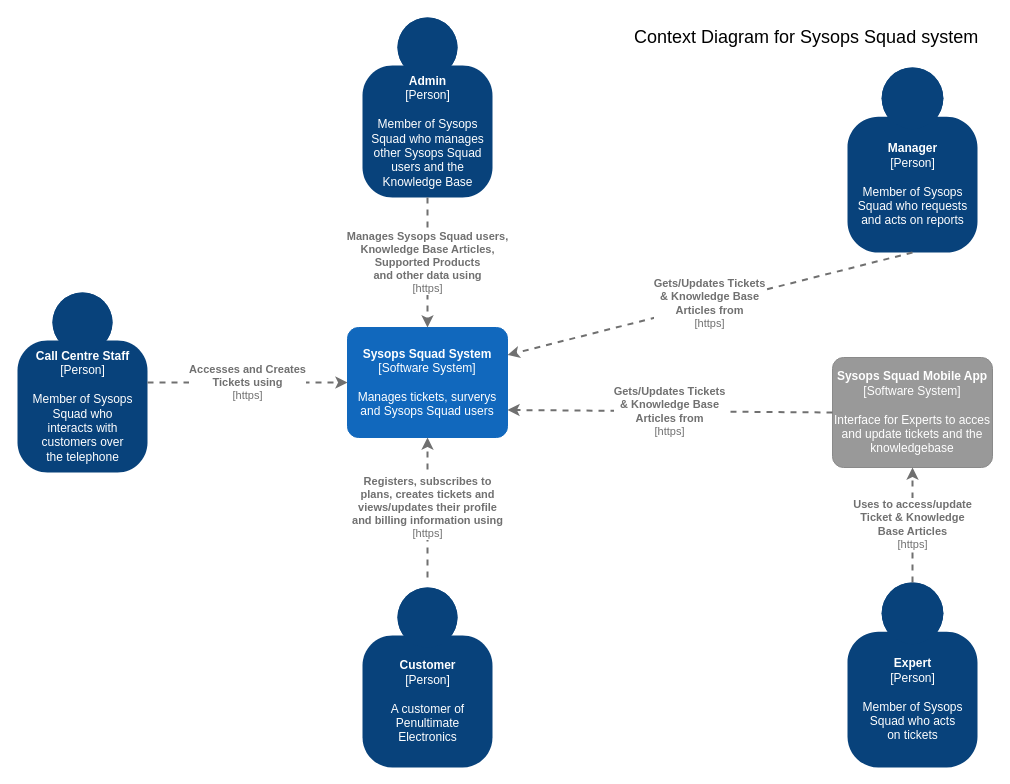
Above: 3.ViewsAndPerspectives/infrastructure/images/ContextDiagram.drawio in tekiegirl/TheMadKatas (draw.io), before the change. Source tidied: cells renumbered, new cells numbered last; positions are measured from the earlier drawing's top-left corner, leaving out a move shared by most shapes. Both pictures are drawn from the tidied source at 100%, with x=0, y=0 at pixel (17, 17).
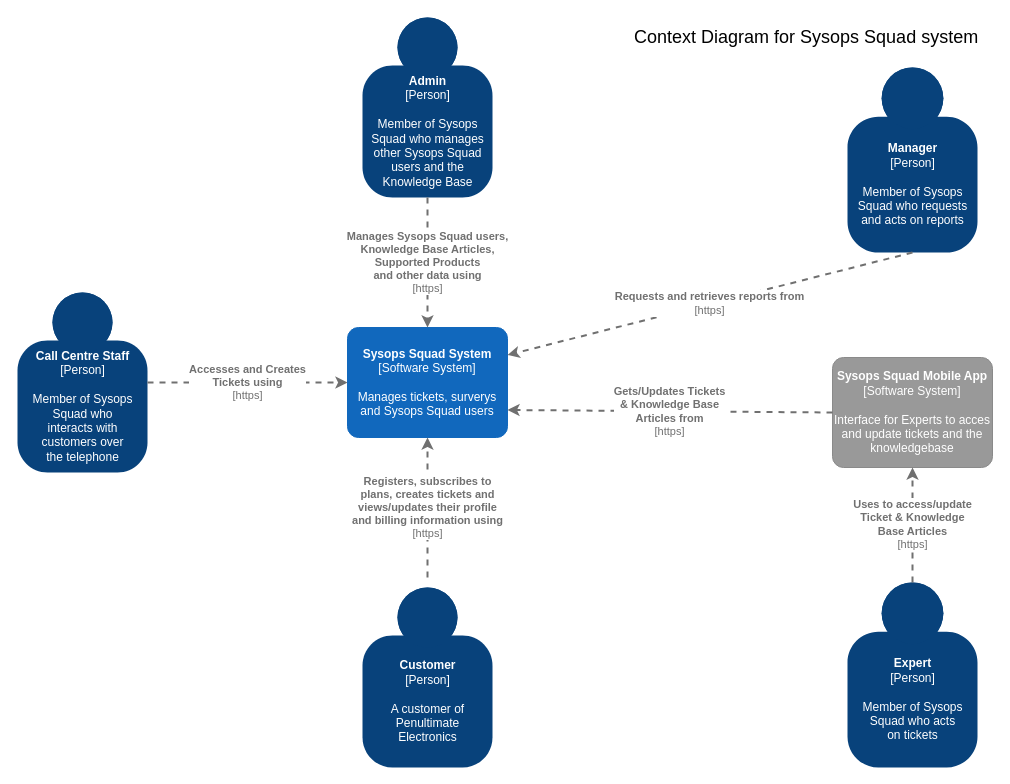
Above is the later version.

Commit message (it also covers changes not shown here):
Correct arrow description from Manager on Context diagram

Unchanged cells that the change refers to:
```xml
<object id="3" label="&lt;b&gt;%c4Name%&lt;/b&gt;&lt;div&gt;[%c4Type%]&lt;/div&gt;&lt;br&gt;&lt;div&gt;%c4Description%&lt;/div&gt;" c4Description="Manages tickets, surverys and Sysops Squad users" c4Name="Sysops Squad System" c4Type="Software System" placeholders="1">
  <mxCell style="rounded=1;whiteSpace=wrap;html=1;labelBackgroundColor=none;fillColor=#1168BD;fontColor=#ffffff;align=center;arcSize=10;strokeColor=#1168BD;metaData={&quot;c4Type&quot;:{&quot;editable&quot;:false}};points=[[0.25,0,0],[0.5,0,0],[0.75,0,0],[1,0.25,0],[1,0.5,0],[1,0.75,0],[0.75,1,0],[0.5,1,0],[0.25,1,0],[0,0.75,0],[0,0.5,0],[0,0.25,0]];" parent="1" vertex="1">
    <mxGeometry x="330" y="310" width="160" height="110" as="geometry" />
  </mxCell>
</object>
<object id="14" label="&lt;b&gt;%c4Name%&lt;/b&gt;&lt;div&gt;[%c4Type%]&lt;/div&gt;&lt;br&gt;&lt;div&gt;%c4Description%&lt;/div&gt;" c4Description="Member of Sysops &#10;Squad who requests&#10;and acts on reports" c4Name="Manager" c4Type="Person" placeholders="1">
  <mxCell style="html=1;dashed=0;whitespace=wrap;fillColor=#08427b;strokeColor=none;fontColor=#ffffff;shape=mxgraph.c4.person;align=center;points=[[0.5,0,0],[1,0.5,0],[1,0.75,0],[0.75,1,0],[0.5,1,0],[0.25,1,0],[0,0.75,0],[0,0.5,0]];metaData={&quot;c4Type&quot;:{&quot;editable&quot;:false}};" parent="1" vertex="1">
    <mxGeometry x="830" y="50" width="130" height="185" as="geometry" />
  </mxCell>
</object>
```

Change to the diagram source:
```diff
@@
-    <object id="15" label="&lt;div style=&quot;text-align: left&quot;&gt;&lt;div style=&quot;text-align: center&quot;&gt;&lt;b&gt;%c4Description%&lt;/b&gt;&lt;/div&gt;&lt;div style=&quot;text-align: center&quot;&gt;[%c4Technology%]&lt;/div&gt;&lt;/div&gt;" c4Description="Gets/Updates Tickets &#10;&amp; Knowledge Base &#10;Articles from" c4Technology="https" placeholders="1">
+    <object id="15" label="&lt;div style=&quot;text-align: left&quot;&gt;&lt;div style=&quot;text-align: center&quot;&gt;&lt;b&gt;%c4Description%&lt;/b&gt;&lt;/div&gt;&lt;div style=&quot;text-align: center&quot;&gt;[%c4Technology%]&lt;/div&gt;&lt;/div&gt;" c4Description="Requests and retrieves reports from" c4Technology="https" placeholders="1">
       <mxCell style="edgeStyle=none;rounded=0;html=1;jettySize=auto;strokeColor=#707070;strokeWidth=2;fontColor=#707070;jumpStyle=none;dashed=1;metaData={&quot;c4Type&quot;:{&quot;editable&quot;:false}};entryX=1;entryY=0.25;entryDx=0;entryDy=0;entryPerimeter=0;exitX=0.5;exitY=1;exitDx=0;exitDy=0;exitPerimeter=0;" parent="1" edge="1" source="14" target="3">
         <mxGeometry relative="1" as="geometry" />
       </mxCell>
     </object>
```
